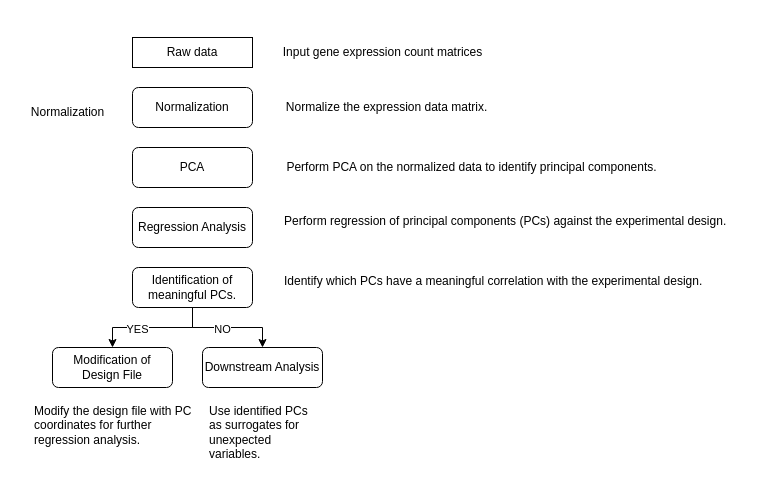
The draw.io diagram BachelorThesis.drawio in BiancaMass/Diagrams, before the edit. Source tidied: cells renumbered, new cells numbered last; positions are measured from the earlier drawing's top-left corner, leaving out a move shared by most shapes. Both pictures are drawn from the tidied source at 100%, with x=0, y=0 at pixel (17, 37). Pictures stored in the file or linked from it are replaced by grey dashed boxes.
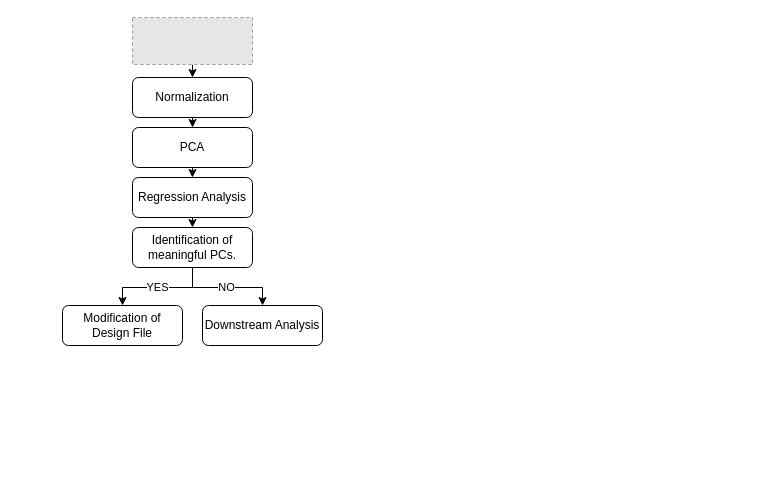
Above is the later version.

The change refers to these unchanged cells:
```xml
<mxCell id="8" style="edgeStyle=orthogonalEdgeStyle;rounded=0;jettySize=auto;html=1;exitX=0.5;exitY=1;exitDx=0;exitDy=0;" parent="1" edge="1" source="12" target="18">
  <mxGeometry relative="1" as="geometry" />
</mxCell>
<mxCell id="10" style="edgeStyle=orthogonalEdgeStyle;rounded=0;jettySize=auto;html=1;exitX=0.5;exitY=1;exitDx=0;exitDy=0;entryX=0.5;entryY=0;entryDx=0;entryDy=0;" parent="1" edge="1" source="12" target="17">
  <mxGeometry relative="1" as="geometry" />
</mxCell>
```

Diff of the diagram source:
```diff
@@
+    <mxCell id="21" style="edgeStyle=orthogonalEdgeStyle;rounded=0;jettySize=auto;html=1;exitX=0.5;exitY=1;exitDx=0;exitDy=0;entryX=0.5;entryY=0;entryDx=0;entryDy=0;" parent="1" edge="1" source="2" target="3">
+      <mxGeometry relative="1" as="geometry" />
+    </mxCell>
     <mxCell id="2" value="Normalization" style="rounded=1;whiteSpace=wrap;html=1;fontSize=12;glass=0;strokeWidth=1;shadow=0;" parent="1" vertex="1">
-      <mxGeometry x="115" y="50" width="120" height="40" as="geometry" />
+      <mxGeometry x="115" y="40" width="120" height="40" as="geometry" />
     </mxCell>
+    <mxCell id="22" style="edgeStyle=orthogonalEdgeStyle;rounded=0;jettySize=auto;html=1;exitX=0.5;exitY=1;exitDx=0;exitDy=0;entryX=0.5;entryY=0;entryDx=0;entryDy=0;" parent="1" edge="1" source="3" target="7">
+      <mxGeometry relative="1" as="geometry" />
+    </mxCell>
     <mxCell id="3" value="PCA" style="rounded=1;whiteSpace=wrap;html=1;fontSize=12;glass=0;strokeWidth=1;shadow=0;" parent="1" vertex="1">
-      <mxGeometry x="115" y="110" width="120" height="40" as="geometry" />
+      <mxGeometry x="115" y="90" width="120" height="40" as="geometry" />
     </mxCell>
-    <mxCell id="4" value="Input gene expression count matrices" style="text;html=1;align=center;verticalAlign=middle;strokeColor=none;fillColor=none;" parent="1" vertex="1">
-      <mxGeometry x="255" width="220" height="30" as="geometry" />
-    </mxCell>
-    <mxCell id="5" value="Normalization" style="text;html=1;align=center;verticalAlign=middle;strokeColor=none;fillColor=none;" parent="1" vertex="1">
-      <mxGeometry y="60" width="100" height="30" as="geometry" />
-    </mxCell>
-    <mxCell id="6" value="Raw data" style="rounded=0;whiteSpace=wrap;html=1;" parent="1" vertex="1">
-      <mxGeometry x="115" width="120" height="30" as="geometry" />
-    </mxCell>
+    <mxCell id="23" style="edgeStyle=orthogonalEdgeStyle;rounded=0;jettySize=auto;html=1;exitX=0.5;exitY=1;exitDx=0;exitDy=0;entryX=0.5;entryY=0;entryDx=0;entryDy=0;" parent="1" edge="1" source="7" target="12">
+      <mxGeometry relative="1" as="geometry" />
+    </mxCell>
     <mxCell id="7" value="Regression Analysis" style="rounded=1;whiteSpace=wrap;html=1;fontSize=12;glass=0;strokeWidth=1;shadow=0;" parent="1" vertex="1">
-      <mxGeometry x="115" y="170" width="120" height="40" as="geometry" />
+      <mxGeometry x="115" y="140" width="120" height="40" as="geometry" />
     </mxCell>
@@
     <mxCell id="9" value="YES" style="edgeLabel;html=1;align=center;verticalAlign=middle;" parent="8" vertex="1">
-      <mxGeometry x="0.27" y="1" relative="1" as="geometry" />
+      <mxGeometry x="0.04" y="-1" relative="1" as="geometry" />
     </mxCell>
@@
     <mxCell id="11" value="NO" style="edgeLabel;html=1;align=center;verticalAlign=middle;" parent="10" vertex="1">
-      <mxGeometry x="-0.11" y="-1" relative="1" as="geometry" />
+      <mxGeometry x="-0.02" y="1" relative="1" as="geometry" />
     </mxCell>
     <mxCell id="12" value="Identification of meaningful PCs." style="rounded=1;whiteSpace=wrap;html=1;fontSize=12;glass=0;strokeWidth=1;shadow=0;" parent="1" vertex="1">
-      <mxGeometry x="115" y="230" width="120" height="40" as="geometry" />
+      <mxGeometry x="115" y="190" width="120" height="40" as="geometry" />
     </mxCell>
-    <mxCell id="13" value="Normalize the expression data matrix." style="text;html=1;align=center;verticalAlign=middle;strokeColor=none;fillColor=none;" parent="1" vertex="1">
-      <mxGeometry x="259" y="55" width="220" height="30" as="geometry" />
-    </mxCell>
-    <mxCell id="14" value="Perform PCA on the normalized data to identify principal components." style="text;html=1;align=center;verticalAlign=middle;strokeColor=none;fillColor=none;" parent="1" vertex="1">
-      <mxGeometry x="259" y="115" width="390" height="30" as="geometry" />
-    </mxCell>
-    <mxCell id="15" value="Perform regression of principal components (PCs) against the experimental design." style="text;whiteSpace=wrap;html=1;" parent="1" vertex="1">
-      <mxGeometry x="265" y="170" width="480" height="40" as="geometry" />
-    </mxCell>
-    <mxCell id="16" value="Identify which PCs have a meaningful correlation with the experimental design." style="text;whiteSpace=wrap;html=1;" parent="1" vertex="1">
-      <mxGeometry x="265" y="230" width="450" height="40" as="geometry" />
-    </mxCell>
     <mxCell id="17" value="Downstream Analysis" style="rounded=1;whiteSpace=wrap;html=1;fontSize=12;glass=0;strokeWidth=1;shadow=0;" parent="1" vertex="1">
-      <mxGeometry x="185" y="310" width="120" height="40" as="geometry" />
+      <mxGeometry x="185" y="268" width="120" height="40" as="geometry" />
     </mxCell>
     <mxCell id="18" value="Modification of Design File" style="rounded=1;whiteSpace=wrap;html=1;fontSize=12;glass=0;strokeWidth=1;shadow=0;" parent="1" vertex="1">
-      <mxGeometry x="35" y="310" width="120" height="40" as="geometry" />
+      <mxGeometry x="45" y="268" width="120" height="40" as="geometry" />
     </mxCell>
-    <mxCell id="19" value="Use identified PCs as surrogates for unexpected variables." style="text;whiteSpace=wrap;html=1;" parent="1" vertex="1">
-      <mxGeometry x="190" y="360" width="115" height="40" as="geometry" />
-    </mxCell>
-    <mxCell id="20" value="&lt;span style=&quot;background-color: initial;&quot;&gt;Modify the design file with PC coordinates for further regression analysis.&lt;/span&gt;" style="text;whiteSpace=wrap;html=1;" parent="1" vertex="1">
-      <mxGeometry x="15" y="360" width="170" height="50" as="geometry" />
-    </mxCell>
+    <mxCell id="24" style="edgeStyle=orthogonalEdgeStyle;rounded=0;jettySize=auto;html=1;exitX=0.5;exitY=1;exitDx=0;exitDy=0;entryX=0.5;entryY=0;entryDx=0;entryDy=0;" parent="1" edge="1" source="25" target="2">
+      <mxGeometry relative="1" as="geometry" />
+    </mxCell>
+    <mxCell id="25" style="fillColor=#E6E6E6;strokeColor=#999999;dashed=1;verticalLabelPosition=bottom;labelBackgroundColor=default;verticalAlign=top;" parent="1" vertex="1">
+      <mxGeometry x="115" y="-20" width="120" height="47" as="geometry" />
+    </mxCell>
```
